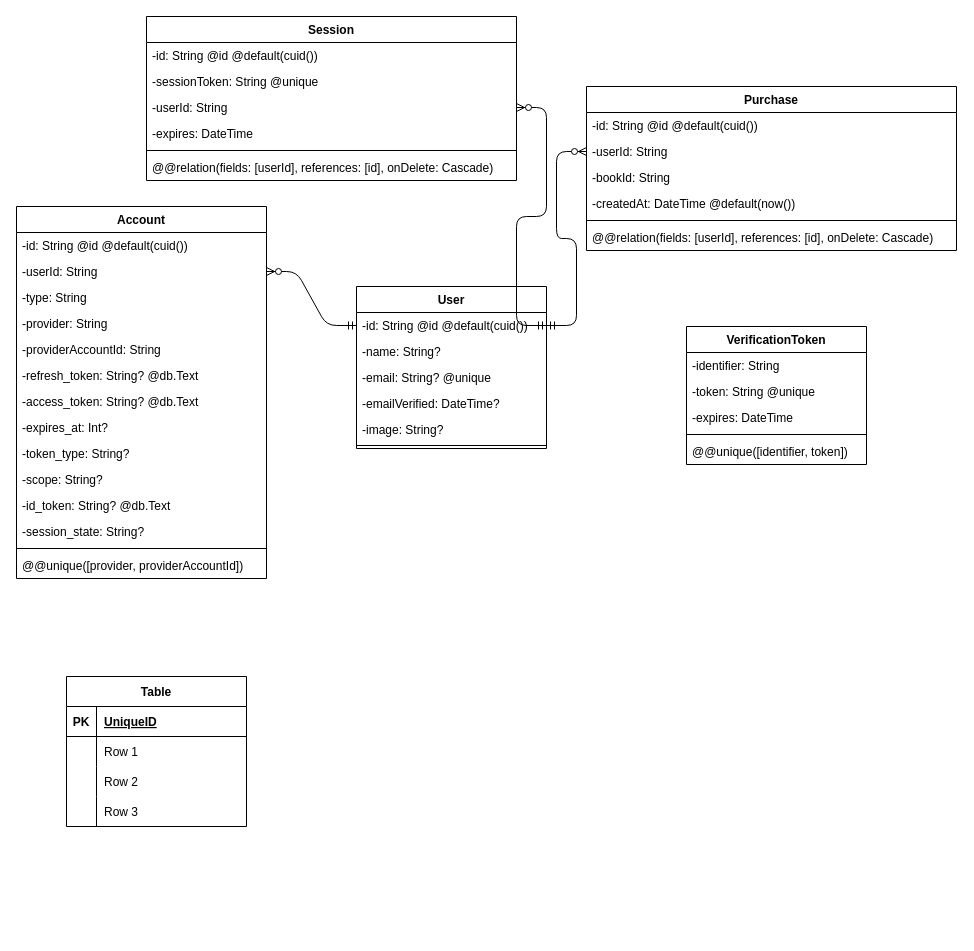
Before: app/api/docs/schema/posse-carrer-hub.dio in watanabe-miyuki/posse-career-hub, a draw.io diagram. Source tidied: cells renumbered, new cells numbered last; positions are measured from the earlier drawing's top-left corner, leaving out a move shared by most shapes. Both pictures are drawn from the tidied source at 100%, with x=0, y=0 at pixel (16, 16).
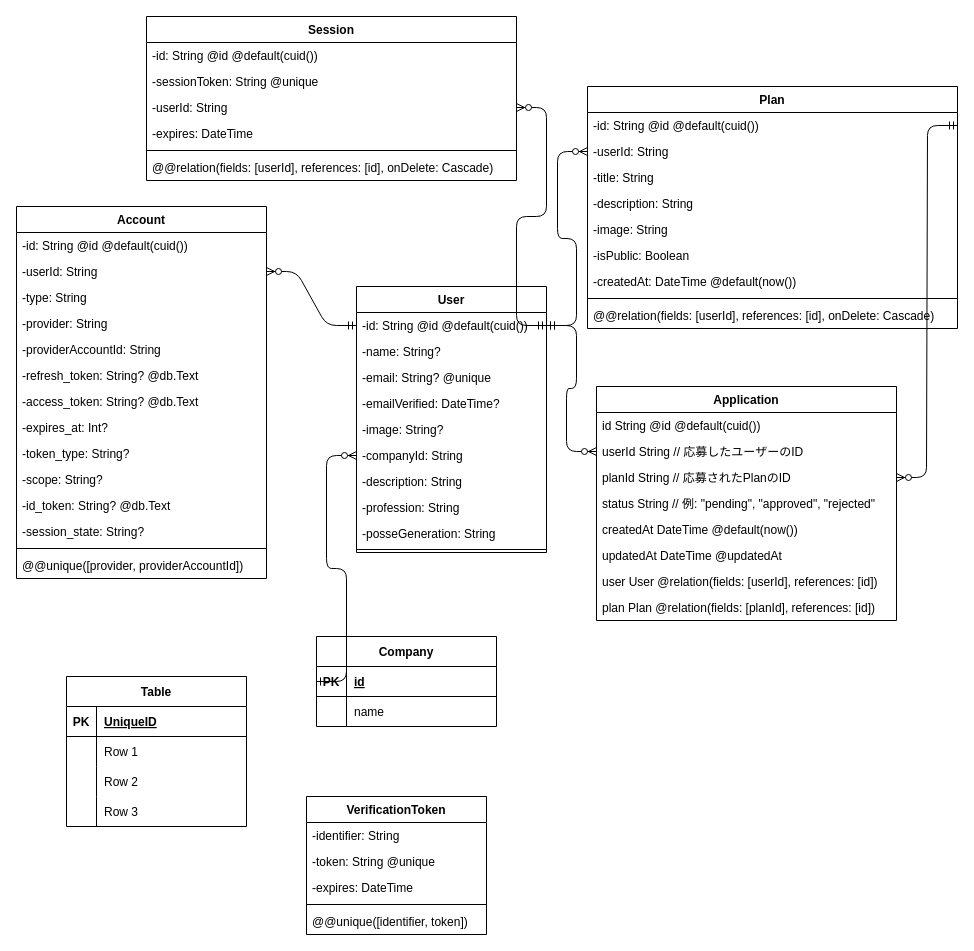
After the change.

Commit message (it also covers changes not shown here):
feat: :art: table 定義 & migration & account, user seeder 作成

Unchanged cells that the change refers to:
```xml
<mxCell id="25" value="-id: String @id @default(cuid())" style="text;strokeColor=none;fillColor=none;align=left;verticalAlign=top;spacingLeft=4;spacingRight=4;overflow=hidden;points=[[0,0.5],[1,0.5]];portConstraint=eastwest;" parent="24" vertex="1">
  <mxGeometry y="26" width="190" height="26" as="geometry" />
</mxCell>
<mxCell id="32" value="-id: String @id @default(cuid())" style="text;strokeColor=none;fillColor=none;align=left;verticalAlign=top;spacingLeft=4;spacingRight=4;overflow=hidden;points=[[0,0.5],[1,0.5]];portConstraint=eastwest;" parent="31" vertex="1">
  <mxGeometry y="26" width="370" height="26" as="geometry" />
</mxCell>
```

Change to the diagram source:
```diff
@@
     <mxCell id="24" value="User" style="swimlane;fontStyle=1;horizontal=1;startSize=26;" parent="1" vertex="1">
-      <mxGeometry x="340" y="270" width="190" height="162" as="geometry" />
+      <mxGeometry x="340" y="270" width="190" height="266" as="geometry" />
     </mxCell>
@@
+    <mxCell id="60" value="-companyId: String" style="text;strokeColor=none;fillColor=none;align=left;verticalAlign=top;spacingLeft=4;spacingRight=4;overflow=hidden;points=[[0,0.5],[1,0.5]];portConstraint=eastwest;" parent="24" vertex="1">
+      <mxGeometry y="156" width="190" height="26" as="geometry" />
+    </mxCell>
+    <mxCell id="61" value="-description: String" style="text;strokeColor=none;fillColor=none;align=left;verticalAlign=top;spacingLeft=4;spacingRight=4;overflow=hidden;" parent="24" vertex="1">
+      <mxGeometry y="182" width="190" height="26" as="geometry" />
+    </mxCell>
+    <mxCell id="62" value="-profession: String" style="text;strokeColor=none;fillColor=none;align=left;verticalAlign=top;spacingLeft=4;spacingRight=4;overflow=hidden;" parent="24" vertex="1">
+      <mxGeometry y="208" width="190" height="26" as="geometry" />
+    </mxCell>
+    <mxCell id="63" value="-posseGeneration: String" style="text;strokeColor=none;fillColor=none;align=left;verticalAlign=top;spacingLeft=4;spacingRight=4;overflow=hidden;" parent="24" vertex="1">
+      <mxGeometry y="234" width="190" height="26" as="geometry" />
+    </mxCell>
     <mxCell id="30" style="line;strokeWidth=1;fillColor=none;align=left;verticalAlign=middle;spacingTop=-1;spacingLeft=3;spacingRight=3;labelPosition=right;" parent="24" vertex="1">
-      <mxGeometry y="156" width="190" height="6" as="geometry" />
+      <mxGeometry y="260" width="190" height="6" as="geometry" />
     </mxCell>
-    <mxCell id="31" value="Purchase" style="swimlane;fontStyle=1;horizontal=1;startSize=26;" parent="1" vertex="1">
-      <mxGeometry x="570" y="70" width="370" height="164" as="geometry" />
+    <mxCell id="31" value="Plan" style="swimlane;fontStyle=1;horizontal=1;startSize=26;" parent="1" vertex="1">
+      <mxGeometry x="571" y="70" width="370" height="242" as="geometry" />
     </mxCell>
@@
+    <mxCell id="64" value="-title: String" style="text;strokeColor=none;fillColor=none;align=left;verticalAlign=top;spacingLeft=4;spacingRight=4;overflow=hidden;" parent="31" vertex="1">
+      <mxGeometry y="78" width="370" height="26" as="geometry" />
+    </mxCell>
-    <mxCell id="34" value="-bookId: String" style="text;strokeColor=none;fillColor=none;align=left;verticalAlign=top;spacingLeft=4;spacingRight=4;overflow=hidden;" parent="31" vertex="1">
-      <mxGeometry y="78" width="370" height="26" as="geometry" />
+    <mxCell id="34" value="-description: String" style="text;strokeColor=none;fillColor=none;align=left;verticalAlign=top;spacingLeft=4;spacingRight=4;overflow=hidden;" parent="31" vertex="1">
+      <mxGeometry y="104" width="370" height="26" as="geometry" />
     </mxCell>
+    <mxCell id="65" value="-image: String" style="text;strokeColor=none;fillColor=none;align=left;verticalAlign=top;spacingLeft=4;spacingRight=4;overflow=hidden;" parent="31" vertex="1">
+      <mxGeometry y="130" width="370" height="26" as="geometry" />
+    </mxCell>
+    <mxCell id="66" value="-isPublic: Boolean" style="text;strokeColor=none;fillColor=none;align=left;verticalAlign=top;spacingLeft=4;spacingRight=4;overflow=hidden;" parent="31" vertex="1">
+      <mxGeometry y="156" width="370" height="26" as="geometry" />
+    </mxCell>
     <mxCell id="35" value="-createdAt: DateTime @default(now())" style="text;strokeColor=none;fillColor=none;align=left;verticalAlign=top;spacingLeft=4;spacingRight=4;overflow=hidden;" parent="31" vertex="1">
-      <mxGeometry y="104" width="370" height="26" as="geometry" />
+      <mxGeometry y="182" width="370" height="26" as="geometry" />
     </mxCell>
     <mxCell id="36" style="line;strokeWidth=1;fillColor=none;align=left;verticalAlign=middle;spacingTop=-1;spacingLeft=3;spacingRight=3;labelPosition=right;" parent="31" vertex="1">
-      <mxGeometry y="130" width="370" height="8" as="geometry" />
+      <mxGeometry y="208" width="370" height="8" as="geometry" />
     </mxCell>
     <mxCell id="37" value="@@relation(fields: [userId], references: [id], onDelete: Cascade)" style="text;strokeColor=none;fillColor=none;align=left;verticalAlign=top;spacingLeft=4;spacingRight=4;overflow=hidden;" parent="31" vertex="1">
-      <mxGeometry y="138" width="370" height="26" as="geometry" />
+      <mxGeometry y="216" width="370" height="26" as="geometry" />
     </mxCell>
     <mxCell id="38" value="VerificationToken" style="swimlane;fontStyle=1;horizontal=1;startSize=26;" parent="1" vertex="1">
-      <mxGeometry x="670" y="310" width="180" height="138" as="geometry" />
+      <mxGeometry x="290" y="780" width="180" height="138" as="geometry" />
     </mxCell>
@@
+    <mxCell id="67" value="Company" style="shape=table;startSize=30;childLayout=tableLayout;rowLines=0;fontStyle=1;align=center;" parent="1" vertex="1">
+      <mxGeometry x="300" y="620" width="180" height="90" as="geometry" />
+    </mxCell>
+    <mxCell id="68" style="shape=tableRow;horizontal=0;startSize=0;swimlaneHead=0;swimlaneBody=0;fillColor=none;points=[[0,0.5],[1,0.5]];portConstraint=eastwest;top=0;left=0;right=0;bottom=1;" parent="67" vertex="1">
+      <mxGeometry y="30" width="180" height="30" as="geometry" />
+    </mxCell>
+    <mxCell id="69" value="PK" style="shape=partialRectangle;fillColor=none;top=0;left=0;bottom=0;right=0;fontStyle=1;overflow=hidden;" parent="68" vertex="1">
+      <mxGeometry width="30" height="30" as="geometry" />
+    </mxCell>
+    <mxCell id="70" value="id" style="shape=partialRectangle;fillColor=none;top=0;left=0;bottom=0;right=0;align=left;spacingLeft=6;fontStyle=5;overflow=hidden;" parent="68" vertex="1">
+      <mxGeometry x="30" width="150" height="30" as="geometry" />
+    </mxCell>
+    <mxCell id="71" style="shape=tableRow;horizontal=0;startSize=0;swimlaneHead=0;swimlaneBody=0;fillColor=none;top=0;left=0;right=0;bottom=0;" parent="67" vertex="1">
+      <mxGeometry y="60" width="180" height="30" as="geometry" />
+    </mxCell>
+    <mxCell id="72" style="shape=partialRectangle;fillColor=none;top=0;left=0;bottom=0;right=0;overflow=hidden;" parent="71" vertex="1">
+      <mxGeometry width="30" height="30" as="geometry" />
+    </mxCell>
+    <mxCell id="73" value="name" style="shape=partialRectangle;fillColor=none;top=0;left=0;bottom=0;right=0;align=left;spacingLeft=6;overflow=hidden;" parent="71" vertex="1">
+      <mxGeometry x="30" width="150" height="30" as="geometry" />
+    </mxCell>
+    <mxCell id="74" style="edgeStyle=entityRelationEdgeStyle;fontSize=12;html=1;endArrow=ERzeroToMany;startArrow=ERmandOne;exitX=0;exitY=0.5;exitDx=0;exitDy=0;" parent="1" edge="1" source="68" target="60">
+      <mxGeometry relative="1" as="geometry" />
+    </mxCell>
+    <mxCell id="75" value="Application" style="swimlane;fontStyle=1;horizontal=1;startSize=26;" parent="1" vertex="1">
+      <mxGeometry x="580" y="370" width="300" height="234" as="geometry" />
+    </mxCell>
+    <mxCell id="76" value="  id          String   @id @default(cuid())" style="text;strokeColor=none;fillColor=none;align=left;verticalAlign=top;spacingLeft=4;spacingRight=4;overflow=hidden;" parent="75" vertex="1">
+      <mxGeometry y="26" width="300" height="26" as="geometry" />
+    </mxCell>
+    <mxCell id="77" value="  userId      String   // 応募したユーザーのID" style="text;strokeColor=none;fillColor=none;align=left;verticalAlign=top;spacingLeft=4;spacingRight=4;overflow=hidden;points=[[0,0.5],[1,0.5]];portConstraint=eastwest;" parent="75" vertex="1">
+      <mxGeometry y="52" width="300" height="26" as="geometry" />
+    </mxCell>
+    <mxCell id="78" value="  planId      String   // 応募されたPlanのID" style="text;strokeColor=none;fillColor=none;align=left;verticalAlign=top;spacingLeft=4;spacingRight=4;overflow=hidden;points=[[0,0.5],[1,0.5]];portConstraint=eastwest;" parent="75" vertex="1">
+      <mxGeometry y="78" width="300" height="26" as="geometry" />
+    </mxCell>
+    <mxCell id="79" value="  status      String   // 例: &quot;pending&quot;, &quot;approved&quot;, &quot;rejected&quot;" style="text;strokeColor=none;fillColor=none;align=left;verticalAlign=top;spacingLeft=4;spacingRight=4;overflow=hidden;" parent="75" vertex="1">
+      <mxGeometry y="104" width="300" height="26" as="geometry" />
+    </mxCell>
+    <mxCell id="80" value="  createdAt   DateTime @default(now())" style="text;strokeColor=none;fillColor=none;align=left;verticalAlign=top;spacingLeft=4;spacingRight=4;overflow=hidden;" parent="75" vertex="1">
+      <mxGeometry y="130" width="300" height="26" as="geometry" />
+    </mxCell>
+    <mxCell id="81" value="  updatedAt   DateTime @updatedAt" style="text;strokeColor=none;fillColor=none;align=left;verticalAlign=top;spacingLeft=4;spacingRight=4;overflow=hidden;" parent="75" vertex="1">
+      <mxGeometry y="156" width="300" height="26" as="geometry" />
+    </mxCell>
+    <mxCell id="82" value="  user        User     @relation(fields: [userId], references: [id])" style="text;strokeColor=none;fillColor=none;align=left;verticalAlign=top;spacingLeft=4;spacingRight=4;overflow=hidden;" parent="75" vertex="1">
+      <mxGeometry y="182" width="300" height="26" as="geometry" />
+    </mxCell>
+    <mxCell id="83" value="  plan        Plan     @relation(fields: [planId], references: [id])" style="text;strokeColor=none;fillColor=none;align=left;verticalAlign=top;spacingLeft=4;spacingRight=4;overflow=hidden;" parent="75" vertex="1">
+      <mxGeometry y="208" width="300" height="26" as="geometry" />
+    </mxCell>
+    <mxCell id="84" style="edgeStyle=entityRelationEdgeStyle;fontSize=12;html=1;endArrow=ERzeroToMany;startArrow=ERmandOne;entryX=0;entryY=0.5;entryDx=0;entryDy=0;exitX=1;exitY=0.5;exitDx=0;exitDy=0;" parent="1" edge="1" source="25" target="77">
+      <mxGeometry relative="1" as="geometry" />
+    </mxCell>
+    <mxCell id="85" style="edgeStyle=entityRelationEdgeStyle;fontSize=12;html=1;endArrow=ERzeroToMany;startArrow=ERmandOne;entryX=1;entryY=0.5;entryDx=0;entryDy=0;exitX=1;exitY=0.5;exitDx=0;exitDy=0;" parent="1" edge="1" source="32" target="78">
+      <mxGeometry relative="1" as="geometry" />
+    </mxCell>
```
